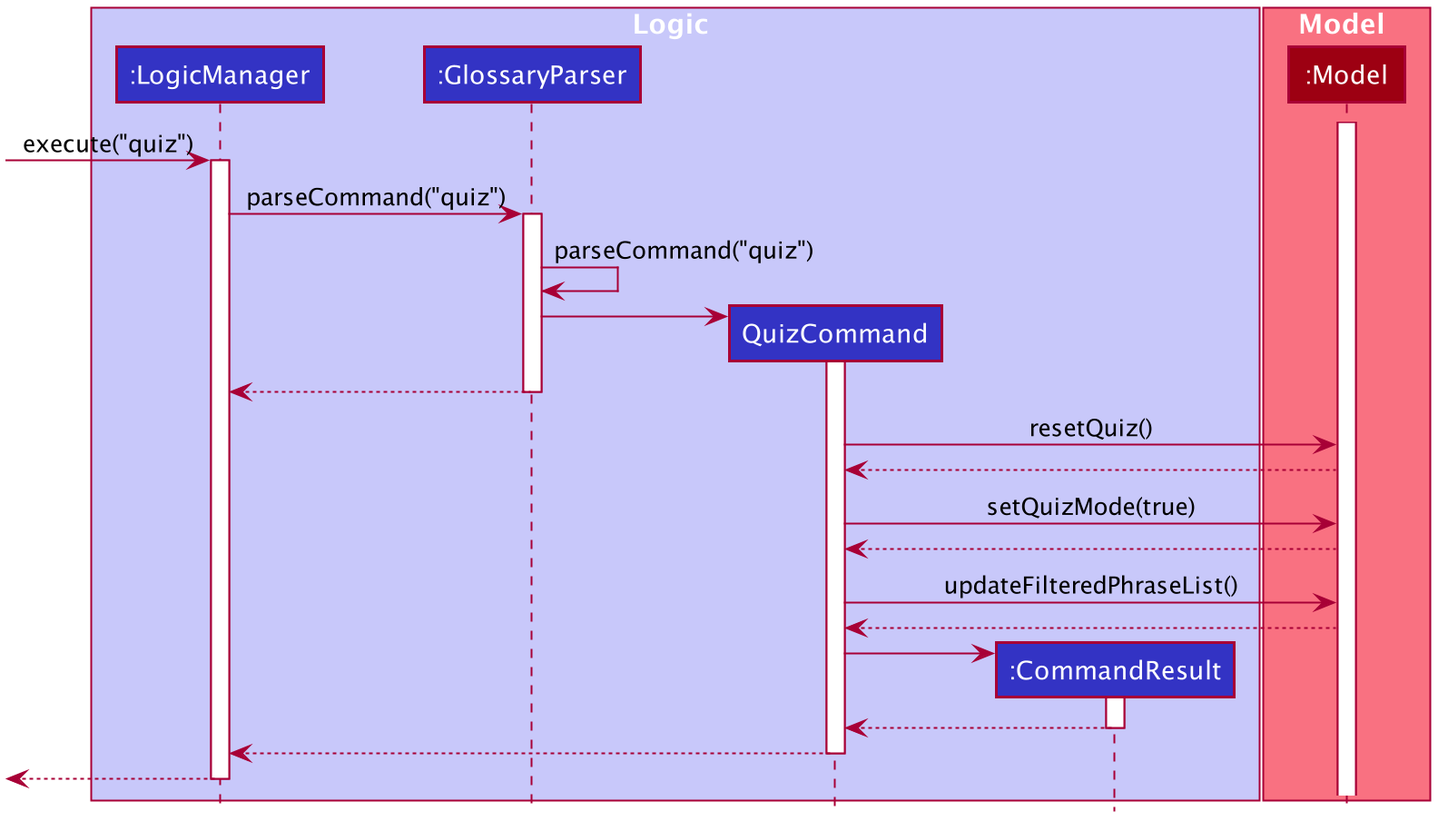
This is docs/images/QuizCommandSequenceDiagram.png from zhizhizhizhizhi/tp, a PlantUML export, as it was before one commit.
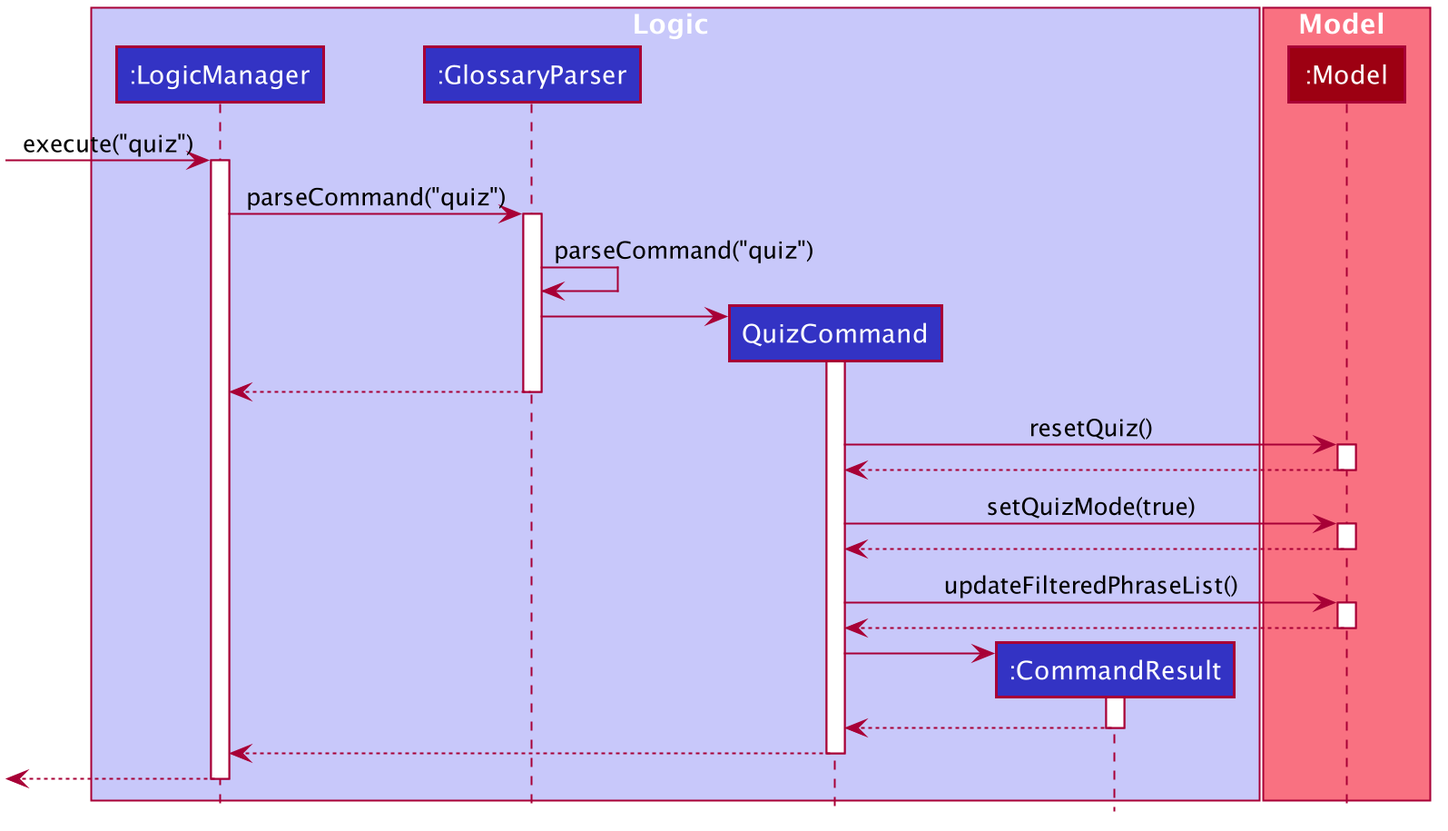
Later version of the same file.

The edit, as a diff of the source:
```diff
@@ -59,8 +59,6 @@
 participant ":Model" as Model #9D0012
 end box
 
-activate Model
-
 [-> LogicManager : execute("quiz")
 activate LogicManager
 
@@ -77,18 +75,25 @@
 deactivate GlossaryParser
 
 QuizCommand -> Model : resetQuiz()
+activate Model
 
 Model --> QuizCommand
+deactivate Model
 
 QuizCommand -> Model : setQuizMode(true)
+activate Model
 
 Model --> QuizCommand
+deactivate Model
 
 QuizCommand -> Model : updateFilteredPhraseList()
+activate Model
 
 Model --> QuizCommand
+deactivate Model
 
 create CommandResult
+
 QuizCommand -> CommandResult
 activate CommandResult
 
```
